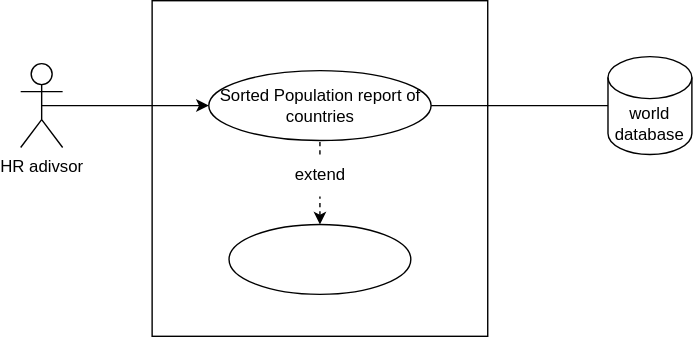
This is use-cases/HR_system.svg from maythazinphyo1/Devops_gp1, a draw.io export, as it was before one commit. Source tidied: cells renumbered, new cells last; positions are measured from the earlier drawing's top-left corner, leaving out a move shared by most shapes.
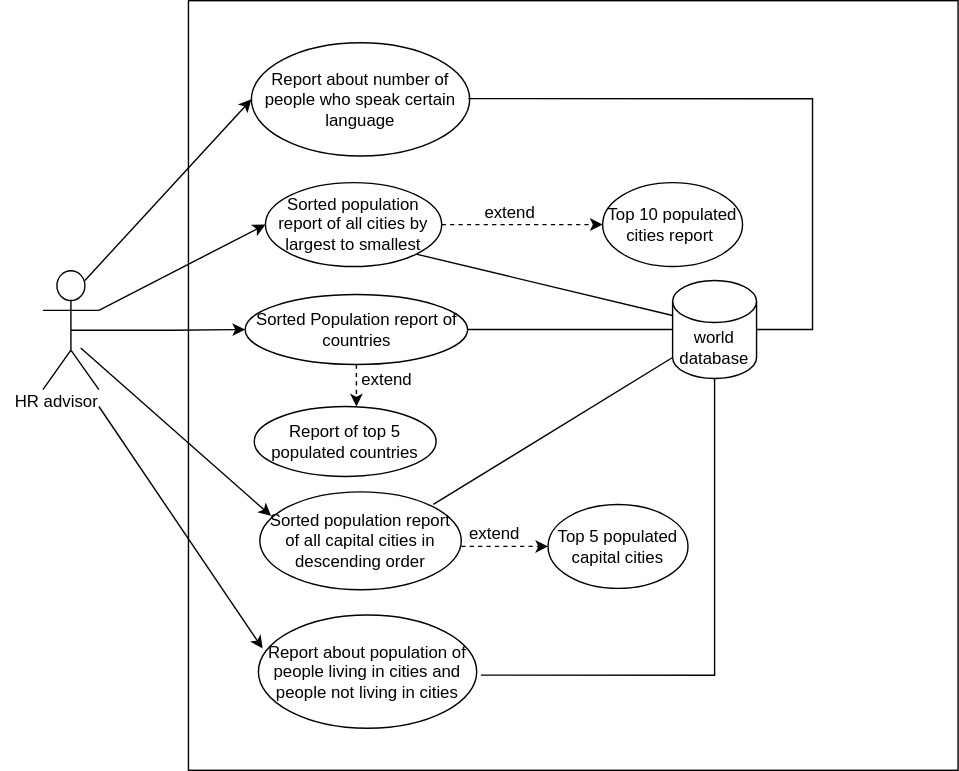
Above is the later version.

Commit message:
adding usecase diagram

Change to the diagram source:
```diff
@@ -3,19 +3,19 @@
     <mxCell id="0" />
     <mxCell id="1" parent="0" />
     <mxCell id="2" style="whiteSpace=wrap;html=1;" parent="1" vertex="1">
-      <mxGeometry x="94" width="240" height="240" as="geometry" />
+      <mxGeometry x="94" y="-160" width="550" height="550" as="geometry" />
     </mxCell>
     <mxCell id="3" style="edgeStyle=orthogonalEdgeStyle;rounded=0;jettySize=auto;html=1;exitX=0.5;exitY=0.5;exitDx=0;exitDy=0;exitPerimeter=0;entryX=0;entryY=0.5;entryDx=0;entryDy=0;" parent="1" edge="1" source="4" target="7">
       <mxGeometry relative="1" as="geometry" />
     </mxCell>
-    <mxCell id="4" value="HR adivsor" style="shape=umlActor;verticalLabelPosition=bottom;verticalAlign=top;html=1;outlineConnect=0;" parent="1" vertex="1">
-      <mxGeometry y="45" width="30" height="60" as="geometry" />
+    <mxCell id="4" style="shape=umlActor;verticalLabelPosition=bottom;verticalAlign=top;html=1;outlineConnect=0;" parent="1" vertex="1">
+      <mxGeometry x="-10" y="33" width="40" height="85" as="geometry" />
     </mxCell>
     <mxCell id="5" value="world database" style="shape=cylinder3;whiteSpace=wrap;html=1;boundedLbl=1;backgroundOutline=1;size=15;" parent="1" vertex="1">
-      <mxGeometry x="420" y="40" width="60" height="70" as="geometry" />
+      <mxGeometry x="440" y="40" width="60" height="70" as="geometry" />
     </mxCell>
-    <mxCell id="6" style="ellipse;whiteSpace=wrap;html=1;" parent="1" vertex="1">
-      <mxGeometry x="149" y="160" width="130" height="50" as="geometry" />
+    <mxCell id="6" value="Report of top 5 populated countries" style="ellipse;whiteSpace=wrap;html=1;" parent="1" vertex="1">
+      <mxGeometry x="141" y="130" width="130" height="50" as="geometry" />
     </mxCell>
     <mxCell id="7" value="Sorted Population report of countries" style="ellipse;whiteSpace=wrap;html=1;" parent="1" vertex="1">
       <mxGeometry x="134.5" y="50" width="159" height="50" as="geometry" />
@@ -23,14 +23,88 @@
     <mxCell id="8" style="endArrow=none;html=1;rounded=0;entryX=0;entryY=0.5;entryDx=0;entryDy=0;entryPerimeter=0;exitX=1;exitY=0.5;exitDx=0;exitDy=0;" parent="1" edge="1" source="7" target="5">
       <mxGeometry relative="1" as="geometry" />
     </mxCell>
-    <mxCell id="9" style="endArrow=none;dashed=1;html=1;rounded=0;exitX=0.5;exitY=0;exitDx=0;exitDy=0;entryX=0.5;entryY=1;entryDx=0;entryDy=0;startArrow=none;startFill=1;" parent="1" edge="1" source="10" target="7">
-      <mxGeometry relative="1" as="geometry" />
-    </mxCell>
-    <mxCell id="10" value="extend" style="text;html=1;align=center;verticalAlign=middle;points=[];strokeColor=none;fillColor=none;" parent="1" vertex="1">
-      <mxGeometry x="184" y="110" width="60" height="30" as="geometry" />
-    </mxCell>
-    <mxCell id="11" style="endArrow=none;dashed=1;html=1;rounded=0;exitX=0.5;exitY=0;exitDx=0;exitDy=0;entryX=0.5;entryY=1;entryDx=0;entryDy=0;startArrow=classic;startFill=1;" parent="1" edge="1" source="6" target="10">
-      <mxGeometry relative="1" as="geometry" />
-    </mxCell>
+    <mxCell id="12" value="Top 5 populated capital cities" style="ellipse;whiteSpace=wrap;html=1;" parent="1" vertex="1">
+      <mxGeometry x="351" y="200" width="100" height="60" as="geometry" />
+    </mxCell>
+    <mxCell id="13" value="Sorted population report of all capital cities in descending order" style="ellipse;whiteSpace=wrap;html=1;" parent="1" vertex="1">
+      <mxGeometry x="145" y="191" width="144" height="70" as="geometry" />
+    </mxCell>
+    <mxCell id="14" style="edgeStyle=orthogonalEdgeStyle;rounded=0;jettySize=auto;html=1;exitX=1;exitY=0.5;exitDx=0;exitDy=0;entryX=0;entryY=0.5;entryDx=0;entryDy=0;dashed=1;" parent="1" edge="1" source="16" target="17">
+      <mxGeometry relative="1" as="geometry" />
+    </mxCell>
+    <mxCell id="15" style="rounded=0;jettySize=auto;html=1;exitX=1;exitY=1;exitDx=0;exitDy=0;entryX=0;entryY=0;entryDx=0;entryDy=25;entryPerimeter=0;startArrow=none;startFill=0;endArrow=none;endFill=0;" parent="1" edge="1" source="16" target="5">
+      <mxGeometry relative="1" as="geometry" />
+    </mxCell>
+    <mxCell id="16" value="Sorted population report of all cities by largest to smallest" style="ellipse;whiteSpace=wrap;html=1;" parent="1" vertex="1">
+      <mxGeometry x="149" y="-30" width="126" height="60" as="geometry" />
+    </mxCell>
+    <mxCell id="17" value="Top 10 populated cities report&amp;nbsp;" style="ellipse;whiteSpace=wrap;html=1;" parent="1" vertex="1">
+      <mxGeometry x="390" y="-30" width="100" height="60" as="geometry" />
+    </mxCell>
+    <mxCell id="18" style="endArrow=classic;html=1;rounded=0;entryX=0;entryY=0.5;entryDx=0;entryDy=0;exitX=1;exitY=0.3333333333333333;exitDx=0;exitDy=0;exitPerimeter=0;" parent="1" edge="1" source="4" target="16">
+      <mxGeometry relative="1" as="geometry" />
+    </mxCell>
+    <mxCell id="19" value="extend" style="text;html=1;strokeColor=none;fillColor=none;align=center;verticalAlign=middle;whiteSpace=wrap;rounded=0;" parent="1" vertex="1">
+      <mxGeometry x="294" y="-23" width="60" height="30" as="geometry" />
+    </mxCell>
+    <mxCell id="20" style="endArrow=classic;html=1;rounded=0;entryX=0.562;entryY=0;entryDx=0;entryDy=0;entryPerimeter=0;exitX=0.5;exitY=1;exitDx=0;exitDy=0;dashed=1;" parent="1" edge="1" source="7" target="6">
+      <mxGeometry relative="1" as="geometry" />
+    </mxCell>
+    <mxCell id="21" value="extend" style="text;html=1;strokeColor=none;fillColor=none;align=center;verticalAlign=middle;whiteSpace=wrap;rounded=0;" parent="1" vertex="1">
+      <mxGeometry x="206" y="96" width="60" height="30" as="geometry" />
+    </mxCell>
+    <mxCell id="22" style="endArrow=classic;html=1;rounded=0;entryX=0;entryY=0;entryDx=0;entryDy=0;" parent="1" edge="1">
+      <mxGeometry relative="1" as="geometry">
+        <mxPoint x="17" y="88.2" as="sourcePoint" />
+        <mxPoint x="153.1" y="208.3" as="targetPoint" />
+      </mxGeometry>
+    </mxCell>
+    <mxCell id="23" style="endArrow=classic;html=1;rounded=0;entryX=0;entryY=0.5;entryDx=0;entryDy=0;dashed=1;endFill=1;" parent="1" edge="1" target="12">
+      <mxGeometry relative="1" as="geometry">
+        <mxPoint x="289" y="230" as="sourcePoint" />
+      </mxGeometry>
+    </mxCell>
+    <mxCell id="24" style="endArrow=none;html=1;rounded=0;entryX=0;entryY=1;entryDx=0;entryDy=-15;entryPerimeter=0;" parent="1" edge="1" target="5">
+      <mxGeometry relative="1" as="geometry">
+        <mxPoint x="269" y="200" as="sourcePoint" />
+      </mxGeometry>
+    </mxCell>
+    <mxCell id="25" value="extend" style="text;html=1;strokeColor=none;fillColor=none;align=center;verticalAlign=middle;whiteSpace=wrap;rounded=0;" parent="1" vertex="1">
+      <mxGeometry x="283" y="206" width="60" height="30" as="geometry" />
+    </mxCell>
+    <mxCell id="26" value="Report about population of people living in cities and people not living in cities" style="ellipse;whiteSpace=wrap;html=1;" parent="1" vertex="1">
+      <mxGeometry x="144" y="279" width="156" height="81" as="geometry" />
+    </mxCell>
+    <mxCell id="27" style="endArrow=classic;html=1;rounded=0;entryX=0.019;entryY=0.296;entryDx=0;entryDy=0;entryPerimeter=0;" parent="1" edge="1" target="26">
+      <mxGeometry relative="1" as="geometry">
+        <mxPoint x="30" y="130" as="sourcePoint" />
+      </mxGeometry>
+    </mxCell>
+    <mxCell id="28" value="HR advisor" style="text;html=1;strokeColor=none;fillColor=none;align=center;verticalAlign=middle;whiteSpace=wrap;rounded=0;" parent="1" vertex="1">
+      <mxGeometry x="-40" y="112" width="80" height="30" as="geometry" />
+    </mxCell>
+    <mxCell id="29" style="endArrow=none;html=1;rounded=0;edgeStyle=orthogonalEdgeStyle;entryX=0.5;entryY=1;entryDx=0;entryDy=0;entryPerimeter=0;endFill=0;" parent="1" edge="1" target="5">
+      <mxGeometry relative="1" as="geometry">
+        <mxPoint x="303" y="322" as="sourcePoint" />
+        <Array as="points">
+          <mxPoint x="470" y="322" />
+        </Array>
+      </mxGeometry>
+    </mxCell>
+    <mxCell id="30" value="Report about number of people who speak certain language" style="ellipse;whiteSpace=wrap;html=1;" parent="1" vertex="1">
+      <mxGeometry x="139" y="-130" width="156" height="81" as="geometry" />
+    </mxCell>
+    <mxCell id="31" style="endArrow=classic;html=1;rounded=0;entryX=0;entryY=0.5;entryDx=0;entryDy=0;exitX=0.75;exitY=0.082;exitDx=0;exitDy=0;exitPerimeter=0;" parent="1" edge="1" source="4" target="30">
+      <mxGeometry relative="1" as="geometry" />
+    </mxCell>
+    <mxCell id="32" style="endArrow=none;html=1;rounded=0;edgeStyle=orthogonalEdgeStyle;endFill=0;entryX=1;entryY=0.5;entryDx=0;entryDy=0;entryPerimeter=0;" parent="1" edge="1" target="5">
+      <mxGeometry relative="1" as="geometry">
+        <mxPoint x="294" y="-90" as="sourcePoint" />
+        <Array as="points">
+          <mxPoint x="540" y="-90" />
+          <mxPoint x="540" y="75" />
+        </Array>
+      </mxGeometry>
+    </mxCell>
   </root>
 </mxGraphModel>
```
